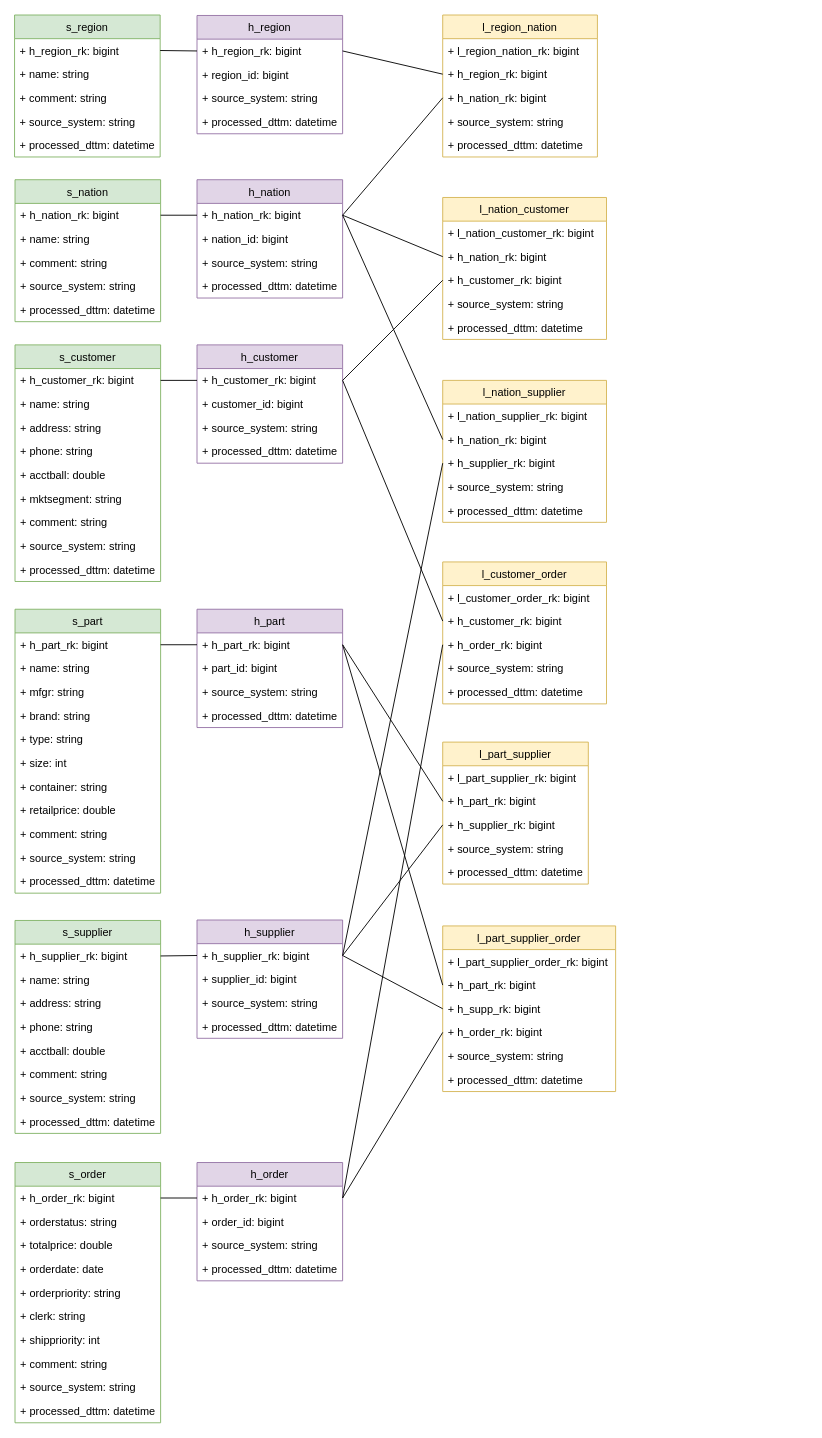
This is DZ1/Untitled Diagram.drawio from DMfananddu/DWH, a draw.io file, before an edit. Source tidied: cells renumbered, new cells numbered last; positions are measured from the earlier drawing's top-left corner, leaving out a move shared by most shapes. Both pictures are drawn from the tidied source at 91%, with x=0, y=0 at pixel (15, 15).
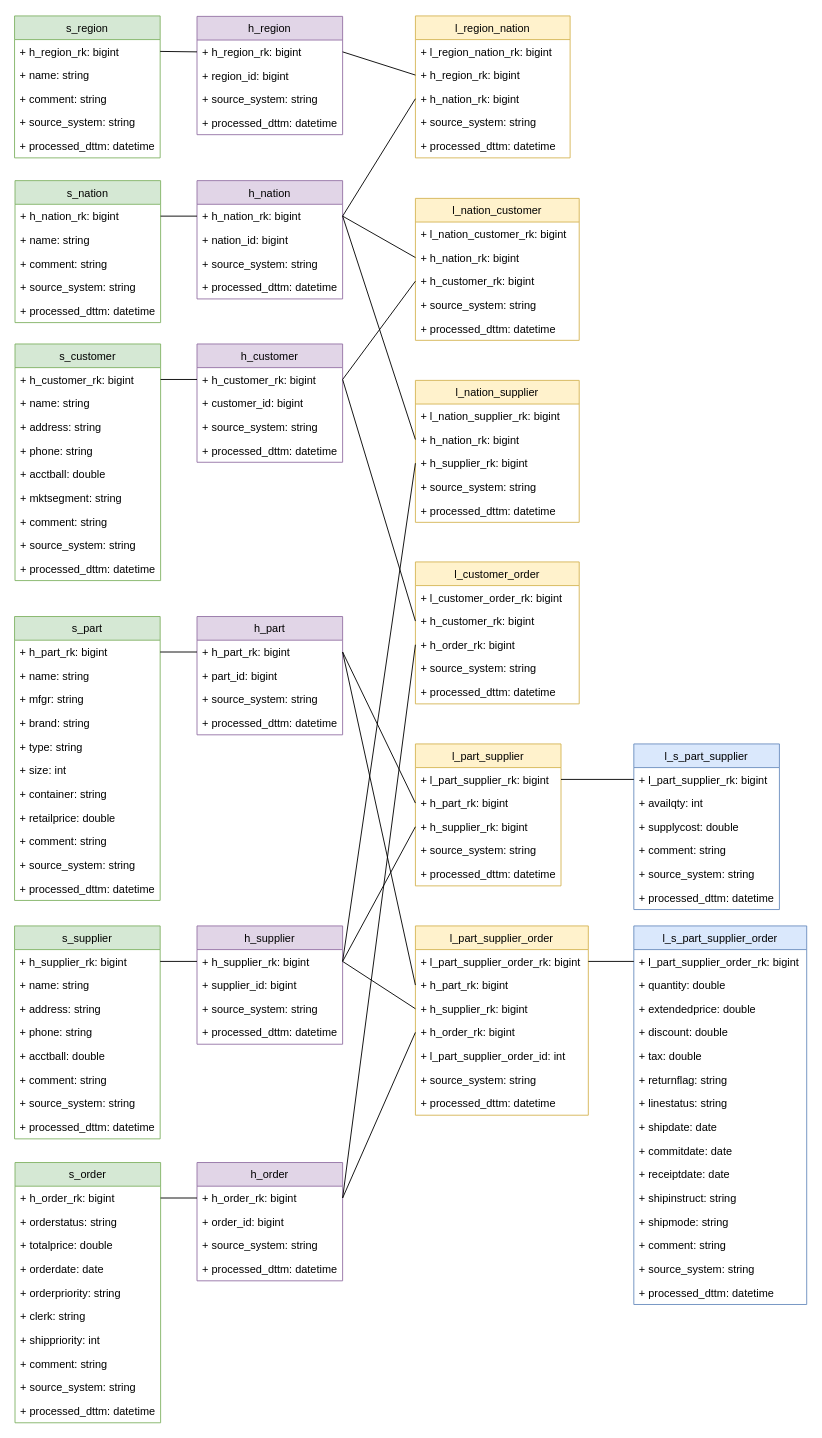
The same page after the edit.

Unchanged cells that the change refers to:
```xml
<mxCell id="15" value="+ l_part_supplier_rk: bigint" style="text;strokeColor=none;fillColor=none;align=left;verticalAlign=top;spacingLeft=4;spacingRight=4;overflow=hidden;points=[[0,0.5],[1,0.5]];portConstraint=eastwest;" parent="14" vertex="1">
  <mxGeometry y="26" width="160" height="26" as="geometry" />
</mxCell>
<mxCell id="21" value="+ l_part_supplier_order_rk: bigint" style="text;strokeColor=none;fillColor=none;align=left;verticalAlign=top;spacingLeft=4;spacingRight=4;overflow=hidden;points=[[0,0.5],[1,0.5]];portConstraint=eastwest;" parent="20" vertex="1">
  <mxGeometry y="26" width="190" height="26" as="geometry" />
</mxCell>
```

What changed in the source:
```diff
@@
     <mxCell id="2" value="h_region" style="swimlane;fontStyle=0;horizontal=1;startSize=26;fillColor=#e1d5e7;align=center;verticalAlign=middle;strokeColor=#9673a6;" parent="1" vertex="1">
-      <mxGeometry x="200" y="0.5" width="160" height="130" as="geometry" />
+      <mxGeometry x="200" y="1.5" width="160" height="130" as="geometry" />
     </mxCell>
@@
     <mxCell id="7" value="s_region" style="swimlane;fontStyle=0;horizontal=1;startSize=26;fillColor=#d5e8d4;strokeColor=#82b366;" parent="1" vertex="1">
-      <mxGeometry x="-0.5" width="160" height="156" as="geometry" />
+      <mxGeometry x="-0.5" y="1" width="160" height="156" as="geometry" />
     </mxCell>
@@
     <mxCell id="14" value="l_part_supplier" style="swimlane;fontStyle=0;horizontal=1;startSize=26;fillColor=#fff2cc;verticalAlign=middle;strokeColor=#d6b656;" parent="1" vertex="1">
-      <mxGeometry x="470" y="799" width="160" height="156" as="geometry" />
+      <mxGeometry x="440" y="801" width="160" height="156" as="geometry" />
     </mxCell>
@@
     <mxCell id="20" value="l_part_supplier_order" style="swimlane;fontStyle=0;horizontal=1;startSize=26;fillColor=#fff2cc;strokeColor=#d6b656;" parent="1" vertex="1">
-      <mxGeometry x="470" y="1001" width="190" height="182" as="geometry" />
+      <mxGeometry x="440" y="1001" width="190" height="208" as="geometry" />
     </mxCell>
@@
-    <mxCell id="23" value="+ h_supp_rk: bigint" style="text;strokeColor=none;fillColor=none;align=left;verticalAlign=top;spacingLeft=4;spacingRight=4;overflow=hidden;points=[[0,0.5],[1,0.5]];portConstraint=eastwest;" parent="20" vertex="1">
+    <mxCell id="23" value="+ h_supplier_rk: bigint" style="text;strokeColor=none;fillColor=none;align=left;verticalAlign=top;spacingLeft=4;spacingRight=4;overflow=hidden;points=[[0,0.5],[1,0.5]];portConstraint=eastwest;" parent="20" vertex="1">
       <mxGeometry y="78" width="190" height="26" as="geometry" />
     </mxCell>
@@
+    <mxCell id="142" value="+ l_part_supplier_order_id: int" style="text;strokeColor=none;fillColor=none;align=left;verticalAlign=top;spacingLeft=4;spacingRight=4;overflow=hidden;" parent="20" vertex="1">
+      <mxGeometry y="130" width="190" height="26" as="geometry" />
+    </mxCell>
     <mxCell id="25" value="+ source_system: string" style="text;strokeColor=none;fillColor=none;align=left;verticalAlign=top;spacingLeft=4;spacingRight=4;overflow=hidden;" parent="20" vertex="1">
-      <mxGeometry y="130" width="190" height="26" as="geometry" />
+      <mxGeometry y="156" width="190" height="26" as="geometry" />
     </mxCell>
     <mxCell id="26" value="+ processed_dttm: datetime" style="text;strokeColor=none;fillColor=none;align=left;verticalAlign=top;spacingLeft=4;spacingRight=4;overflow=hidden;" parent="20" vertex="1">
-      <mxGeometry y="156" width="190" height="26" as="geometry" />
+      <mxGeometry y="182" width="190" height="26" as="geometry" />
     </mxCell>
     <mxCell id="27" value="l_region_nation" style="swimlane;fontStyle=0;horizontal=1;startSize=26;fillColor=#fff2cc;verticalAlign=middle;strokeColor=#d6b656;" parent="1" vertex="1">
-      <mxGeometry x="470" width="170" height="156" as="geometry" />
+      <mxGeometry x="440" y="1" width="170" height="156" as="geometry" />
     </mxCell>
@@
     <mxCell id="33" value="h_nation" style="swimlane;fontStyle=0;horizontal=1;startSize=26;fillColor=#e1d5e7;align=center;verticalAlign=middle;strokeColor=#9673a6;" parent="1" vertex="1">
-      <mxGeometry x="200" y="181" width="160" height="130" as="geometry" />
+      <mxGeometry x="200" y="182" width="160" height="130" as="geometry" />
     </mxCell>
@@
     <mxCell id="38" value="h_supplier" style="swimlane;fontStyle=0;horizontal=1;startSize=26;fillColor=#e1d5e7;align=center;verticalAlign=middle;strokeColor=#9673a6;" parent="1" vertex="1">
-      <mxGeometry x="200" y="994.5" width="160" height="130" as="geometry" />
+      <mxGeometry x="200" y="1001" width="160" height="130" as="geometry" />
     </mxCell>
@@
     <mxCell id="43" value="h_customer" style="swimlane;fontStyle=0;horizontal=1;startSize=26;fillColor=#e1d5e7;align=center;verticalAlign=middle;strokeColor=#9673a6;" parent="1" vertex="1">
-      <mxGeometry x="200" y="362.5" width="160" height="130" as="geometry" />
+      <mxGeometry x="200" y="361.5" width="160" height="130" as="geometry" />
     </mxCell>
@@
     <mxCell id="53" value="h_part" style="swimlane;fontStyle=0;horizontal=1;startSize=26;fillColor=#e1d5e7;align=center;verticalAlign=middle;strokeColor=#9673a6;" parent="1" vertex="1">
-      <mxGeometry x="200" y="653" width="160" height="130" as="geometry" />
+      <mxGeometry x="200" y="661" width="160" height="130" as="geometry" />
     </mxCell>
@@
     <mxCell id="60" value="l_nation_customer" style="swimlane;fontStyle=0;horizontal=1;startSize=26;fillColor=#fff2cc;verticalAlign=middle;strokeColor=#d6b656;" parent="1" vertex="1">
-      <mxGeometry x="470" y="200.5" width="180" height="156" as="geometry" />
+      <mxGeometry x="440" y="201.5" width="180" height="156" as="geometry" />
     </mxCell>
@@
     <mxCell id="66" value="l_nation_supplier" style="swimlane;fontStyle=0;horizontal=1;startSize=26;fillColor=#fff2cc;verticalAlign=middle;strokeColor=#d6b656;" parent="1" vertex="1">
-      <mxGeometry x="470" y="401.5" width="180" height="156" as="geometry" />
+      <mxGeometry x="440" y="401.5" width="180" height="156" as="geometry" />
     </mxCell>
@@
     <mxCell id="72" value="l_customer_order" style="swimlane;fontStyle=0;horizontal=1;startSize=26;fillColor=#fff2cc;verticalAlign=middle;strokeColor=#d6b656;" parent="1" vertex="1">
-      <mxGeometry x="470" y="601" width="180" height="156" as="geometry" />
+      <mxGeometry x="440" y="601" width="180" height="156" as="geometry" />
     </mxCell>
@@
     <mxCell id="89" value="s_nation" style="swimlane;fontStyle=0;horizontal=1;startSize=26;fillColor=#d5e8d4;strokeColor=#82b366;" parent="1" vertex="1">
-      <mxGeometry y="181" width="160" height="156" as="geometry" />
+      <mxGeometry y="182" width="160" height="156" as="geometry" />
     </mxCell>
@@
     <mxCell id="96" value="s_customer" style="swimlane;fontStyle=0;horizontal=1;startSize=26;fillColor=#d5e8d4;strokeColor=#82b366;" parent="1" vertex="1">
-      <mxGeometry y="362.5" width="160" height="260" as="geometry" />
+      <mxGeometry y="361.5" width="160" height="260" as="geometry" />
     </mxCell>
@@
     <mxCell id="107" value="s_part" style="swimlane;fontStyle=0;horizontal=1;startSize=26;fillColor=#d5e8d4;strokeColor=#82b366;" parent="1" vertex="1">
-      <mxGeometry y="653" width="160" height="312" as="geometry" />
+      <mxGeometry x="-0.5" y="661" width="160" height="312" as="geometry" />
     </mxCell>
@@
     <mxCell id="120" value="s_supplier" style="swimlane;fontStyle=0;horizontal=1;startSize=26;fillColor=#d5e8d4;strokeColor=#82b366;" parent="1" vertex="1">
-      <mxGeometry y="995" width="160" height="234" as="geometry" />
+      <mxGeometry x="-0.5" y="1001" width="160" height="234" as="geometry" />
     </mxCell>
@@
+    <mxCell id="143" value="l_s_part_supplier" style="swimlane;fontStyle=0;horizontal=1;startSize=26;fillColor=#dae8fc;strokeColor=#6c8ebf;" parent="1" vertex="1">
+      <mxGeometry x="680" y="801" width="160" height="182" as="geometry" />
+    </mxCell>
+    <mxCell id="144" value="+ l_part_supplier_rk: bigint" style="text;strokeColor=none;fillColor=none;align=left;verticalAlign=top;spacingLeft=4;spacingRight=4;overflow=hidden;points=[[0,0.5],[1,0.5]];portConstraint=eastwest;" parent="143" vertex="1">
+      <mxGeometry y="26" width="160" height="26" as="geometry" />
+    </mxCell>
+    <mxCell id="145" value="+ availqty: int" style="text;strokeColor=none;fillColor=none;align=left;verticalAlign=top;spacingLeft=4;spacingRight=4;overflow=hidden;" parent="143" vertex="1">
+      <mxGeometry y="52" width="160" height="26" as="geometry" />
+    </mxCell>
+    <mxCell id="146" value="+ supplycost: double" style="text;strokeColor=none;fillColor=none;align=left;verticalAlign=top;spacingLeft=4;spacingRight=4;overflow=hidden;" parent="143" vertex="1">
+      <mxGeometry y="78" width="160" height="26" as="geometry" />
+    </mxCell>
+    <mxCell id="147" value="+ comment: string" style="text;strokeColor=none;fillColor=none;align=left;verticalAlign=top;spacingLeft=4;spacingRight=4;overflow=hidden;" parent="143" vertex="1">
+      <mxGeometry y="104" width="160" height="26" as="geometry" />
+    </mxCell>
+    <mxCell id="148" value="+ source_system: string" style="text;strokeColor=none;fillColor=none;align=left;verticalAlign=top;spacingLeft=4;spacingRight=4;overflow=hidden;" parent="143" vertex="1">
+      <mxGeometry y="130" width="160" height="26" as="geometry" />
+    </mxCell>
+    <mxCell id="149" value="+ processed_dttm: datetime" style="text;strokeColor=none;fillColor=none;align=left;verticalAlign=top;spacingLeft=4;spacingRight=4;overflow=hidden;" parent="143" vertex="1">
+      <mxGeometry y="156" width="160" height="26" as="geometry" />
+    </mxCell>
+    <mxCell id="150" value="l_s_part_supplier_order" style="swimlane;fontStyle=0;horizontal=1;startSize=26;fillColor=#dae8fc;strokeColor=#6c8ebf;" parent="1" vertex="1">
+      <mxGeometry x="680" y="1001" width="190" height="416" as="geometry" />
+    </mxCell>
+    <mxCell id="151" value="+ l_part_supplier_order_rk: bigint" style="text;strokeColor=none;fillColor=none;align=left;verticalAlign=top;spacingLeft=4;spacingRight=4;overflow=hidden;points=[[0,0.5],[1,0.5]];portConstraint=eastwest;" parent="150" vertex="1">
+      <mxGeometry y="26" width="190" height="26" as="geometry" />
+    </mxCell>
+    <mxCell id="152" value="+ quantity: double" style="text;strokeColor=none;fillColor=none;align=left;verticalAlign=top;spacingLeft=4;spacingRight=4;overflow=hidden;" parent="150" vertex="1">
+      <mxGeometry y="52" width="190" height="26" as="geometry" />
+    </mxCell>
+    <mxCell id="153" value="+ extendedprice: double" style="text;strokeColor=none;fillColor=none;align=left;verticalAlign=top;spacingLeft=4;spacingRight=4;overflow=hidden;" parent="150" vertex="1">
+      <mxGeometry y="78" width="190" height="26" as="geometry" />
+    </mxCell>
+    <mxCell id="154" value="+ discount: double" style="text;strokeColor=none;fillColor=none;align=left;verticalAlign=top;spacingLeft=4;spacingRight=4;overflow=hidden;" parent="150" vertex="1">
+      <mxGeometry y="104" width="190" height="26" as="geometry" />
+    </mxCell>
+    <mxCell id="155" value="+ tax: double" style="text;strokeColor=none;fillColor=none;align=left;verticalAlign=top;spacingLeft=4;spacingRight=4;overflow=hidden;" parent="150" vertex="1">
+      <mxGeometry y="130" width="190" height="26" as="geometry" />
+    </mxCell>
+    <mxCell id="156" value="+ returnflag: string" style="text;strokeColor=none;fillColor=none;align=left;verticalAlign=top;spacingLeft=4;spacingRight=4;overflow=hidden;" parent="150" vertex="1">
+      <mxGeometry y="156" width="190" height="26" as="geometry" />
+    </mxCell>
+    <mxCell id="157" value="+ linestatus: string" style="text;strokeColor=none;fillColor=none;align=left;verticalAlign=top;spacingLeft=4;spacingRight=4;overflow=hidden;" parent="150" vertex="1">
+      <mxGeometry y="182" width="190" height="26" as="geometry" />
+    </mxCell>
+    <mxCell id="158" value="+ shipdate: date" style="text;strokeColor=none;fillColor=none;align=left;verticalAlign=top;spacingLeft=4;spacingRight=4;overflow=hidden;" parent="150" vertex="1">
+      <mxGeometry y="208" width="190" height="26" as="geometry" />
+    </mxCell>
+    <mxCell id="159" value="+ commitdate: date" style="text;strokeColor=none;fillColor=none;align=left;verticalAlign=top;spacingLeft=4;spacingRight=4;overflow=hidden;" parent="150" vertex="1">
+      <mxGeometry y="234" width="190" height="26" as="geometry" />
+    </mxCell>
+    <mxCell id="160" value="+ receiptdate: date" style="text;strokeColor=none;fillColor=none;align=left;verticalAlign=top;spacingLeft=4;spacingRight=4;overflow=hidden;" parent="150" vertex="1">
+      <mxGeometry y="260" width="190" height="26" as="geometry" />
+    </mxCell>
+    <mxCell id="161" value="+ shipinstruct: string" style="text;strokeColor=none;fillColor=none;align=left;verticalAlign=top;spacingLeft=4;spacingRight=4;overflow=hidden;" parent="150" vertex="1">
+      <mxGeometry y="286" width="190" height="26" as="geometry" />
+    </mxCell>
+    <mxCell id="162" value="+ shipmode: string" style="text;strokeColor=none;fillColor=none;align=left;verticalAlign=top;spacingLeft=4;spacingRight=4;overflow=hidden;" parent="150" vertex="1">
+      <mxGeometry y="312" width="190" height="26" as="geometry" />
+    </mxCell>
+    <mxCell id="163" value="+ comment: string" style="text;strokeColor=none;fillColor=none;align=left;verticalAlign=top;spacingLeft=4;spacingRight=4;overflow=hidden;" parent="150" vertex="1">
+      <mxGeometry y="338" width="190" height="26" as="geometry" />
+    </mxCell>
+    <mxCell id="164" value="+ source_system: string" style="text;strokeColor=none;fillColor=none;align=left;verticalAlign=top;spacingLeft=4;spacingRight=4;overflow=hidden;" parent="150" vertex="1">
+      <mxGeometry y="364" width="190" height="26" as="geometry" />
+    </mxCell>
+    <mxCell id="165" value="+ processed_dttm: datetime" style="text;strokeColor=none;fillColor=none;align=left;verticalAlign=top;spacingLeft=4;spacingRight=4;overflow=hidden;" parent="150" vertex="1">
+      <mxGeometry y="390" width="190" height="26" as="geometry" />
+    </mxCell>
+    <mxCell id="166" style="edgeStyle=none;rounded=0;jettySize=auto;html=1;exitX=1;exitY=0.5;exitDx=0;exitDy=0;entryX=0;entryY=0.5;entryDx=0;entryDy=0;endArrow=none;endFill=0;" parent="1" edge="1" source="15" target="144">
+      <mxGeometry relative="1" as="geometry" />
+    </mxCell>
+    <mxCell id="167" style="edgeStyle=none;rounded=0;jettySize=auto;html=1;exitX=1;exitY=0.5;exitDx=0;exitDy=0;entryX=0;entryY=0.5;entryDx=0;entryDy=0;endArrow=none;endFill=0;" parent="1" edge="1" source="21" target="151">
+      <mxGeometry relative="1" as="geometry" />
+    </mxCell>
```
